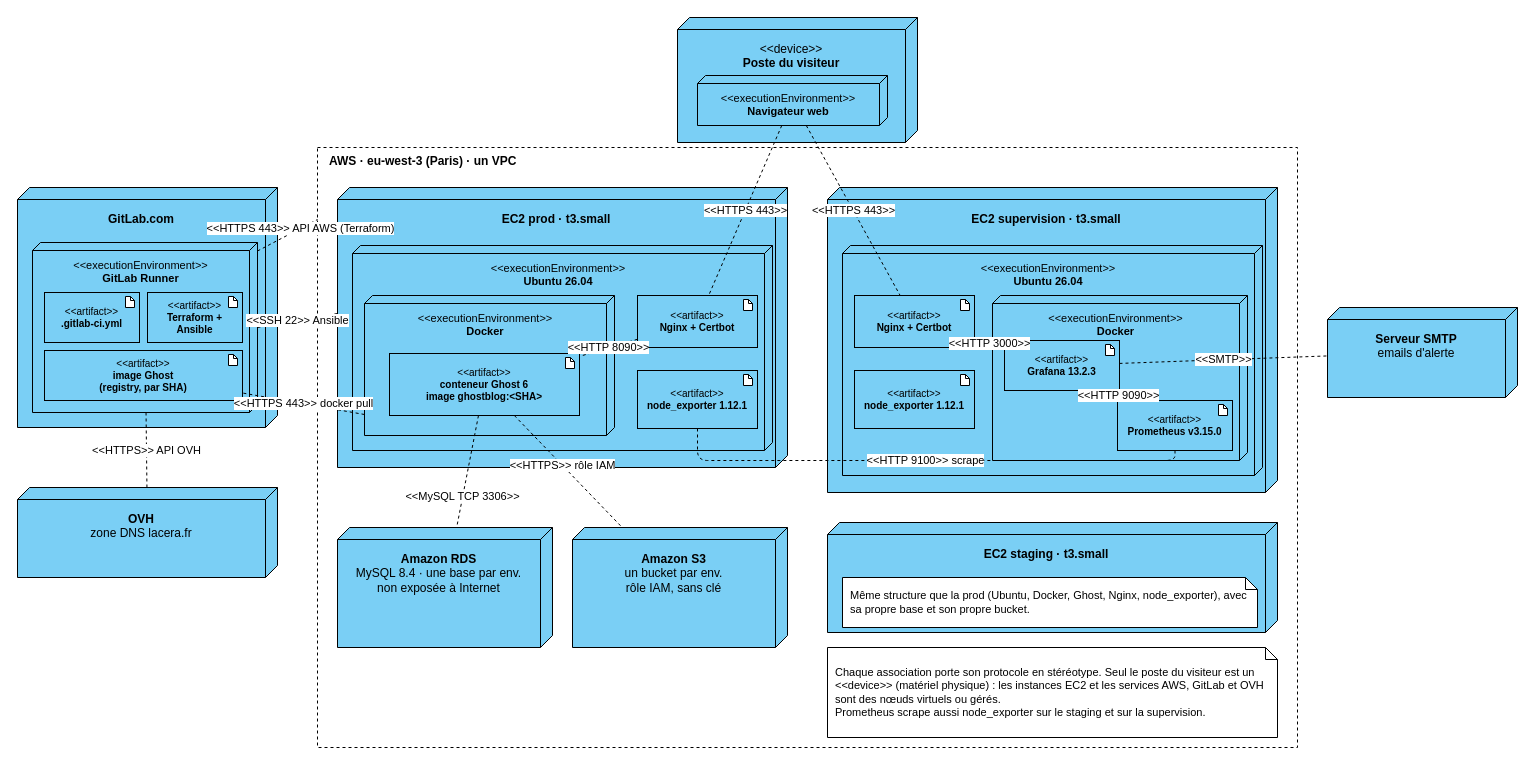
Above: docs/diagramme-deploiement.drawio in RafaelLACERA/ghostblog (draw.io), before the change. Source tidied: cells renumbered, new cells numbered last; positions are measured from the earlier drawing's top-left corner, leaving out a move shared by most shapes. Both pictures are drawn from the tidied source at 100%, with x=0, y=0 at pixel (17, 17).
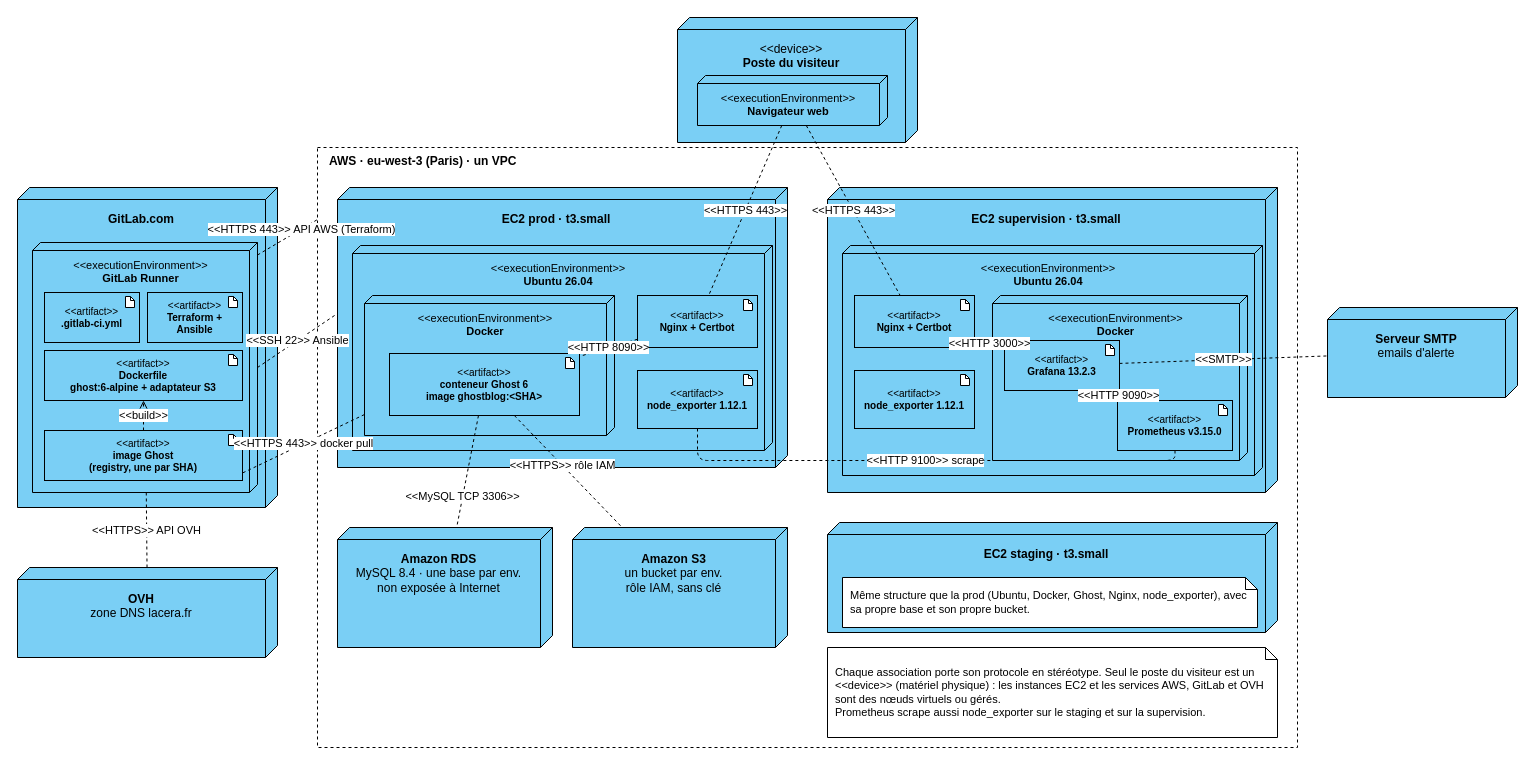
The same page after the edit.

Commit message (it also covers changes not shown here):
docs: Dockerfile et build de l'image dans le diagramme de deploiement

What changed in the source:
```diff
@@
     <mxCell id="4" value="&lt;b&gt;GitLab.com&lt;/b&gt;" style="shape=cube;whiteSpace=wrap;html=1;boundedLbl=1;size=12;verticalAlign=top;align=center;spacingTop=6;fillColor=#7ACFF5;strokeColor=#000000;fontSize=12;flipH=1;" parent="1" vertex="1">
-      <mxGeometry y="170" width="260" height="240" as="geometry" />
+      <mxGeometry y="170" width="260" height="320" as="geometry" />
     </mxCell>
     <mxCell id="5" value="&amp;lt;&amp;lt;executionEnvironment&amp;gt;&amp;gt;&lt;br&gt;&lt;b&gt;GitLab Runner&lt;/b&gt;" style="shape=cube;whiteSpace=wrap;html=1;boundedLbl=1;size=8;verticalAlign=top;align=center;spacingTop=2;fillColor=#7ACFF5;strokeColor=#000000;fontSize=11;flipH=1;" parent="4" vertex="1">
-      <mxGeometry x="15" y="55" width="225" height="170" as="geometry" />
+      <mxGeometry x="15" y="55" width="225" height="250" as="geometry" />
     </mxCell>
@@
+    <mxCell id="53" value="&amp;lt;&amp;lt;artifact&amp;gt;&amp;gt;&lt;br&gt;&lt;b&gt;Dockerfile&lt;br&gt;ghost:6-alpine + adaptateur S3&lt;/b&gt;" style="rounded=0;whiteSpace=wrap;html=1;fillColor=#7ACFF5;strokeColor=#000000;fontSize=10;align=center;verticalAlign=middle;" parent="5" vertex="1">
+      <mxGeometry x="12" y="108" width="198" height="50" as="geometry" />
+    </mxCell>
+    <mxCell id="54" style="shape=note;size=4;html=1;fillColor=#FFFFFF;strokeColor=#000000;" parent="53" vertex="1">
+      <mxGeometry x="184" y="4" width="9" height="11" as="geometry" />
+    </mxCell>
-    <mxCell id="10" value="&amp;lt;&amp;lt;artifact&amp;gt;&amp;gt;&lt;br&gt;&lt;b&gt;image Ghost&lt;br&gt;(registry, par SHA)&lt;/b&gt;" style="rounded=0;whiteSpace=wrap;html=1;fillColor=#7ACFF5;strokeColor=#000000;fontSize=10;align=center;verticalAlign=middle;" parent="5" vertex="1">
-      <mxGeometry x="12" y="108" width="198" height="50" as="geometry" />
+    <mxCell id="10" value="&amp;lt;&amp;lt;artifact&amp;gt;&amp;gt;&lt;br&gt;&lt;b&gt;image Ghost&lt;br&gt;(registry, une par SHA)&lt;/b&gt;" style="rounded=0;whiteSpace=wrap;html=1;fillColor=#7ACFF5;strokeColor=#000000;fontSize=10;align=center;verticalAlign=middle;" parent="5" vertex="1">
+      <mxGeometry x="12" y="188" width="198" height="50" as="geometry" />
     </mxCell>
@@
     <mxCell id="12" value="&lt;b&gt;OVH&lt;/b&gt;&lt;br&gt;zone DNS lacera.fr" style="shape=cube;whiteSpace=wrap;html=1;boundedLbl=1;size=12;verticalAlign=top;align=center;spacingTop=6;fillColor=#7ACFF5;strokeColor=#000000;fontSize=12;flipH=1;" parent="1" vertex="1">
-      <mxGeometry y="470" width="260" height="90" as="geometry" />
+      <mxGeometry y="550" width="260" height="90" as="geometry" />
     </mxCell>
@@
+    <mxCell id="55" value="&amp;lt;&amp;lt;build&amp;gt;&amp;gt;" style="endArrow=none;dashed=1;html=1;fontSize=11;fontColor=#000000;strokeColor=#000000;labelBackgroundColor=#FFFFFF;endArrow=open;endFill=0;" parent="1" edge="1" source="10" target="53">
+      <mxGeometry relative="1" as="geometry" />
+    </mxCell>
```
